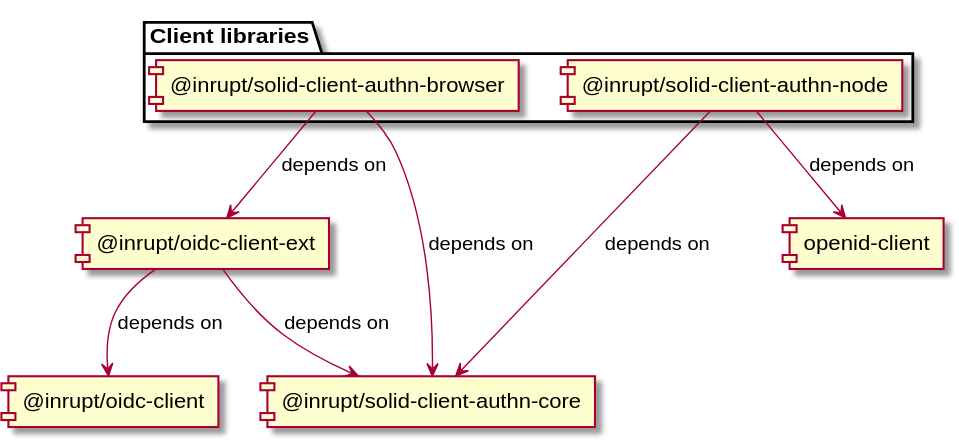
Earlier version of the PlantUML export documentation/diagrams/module_map.svg (inrupt/solid-client-authn-js).
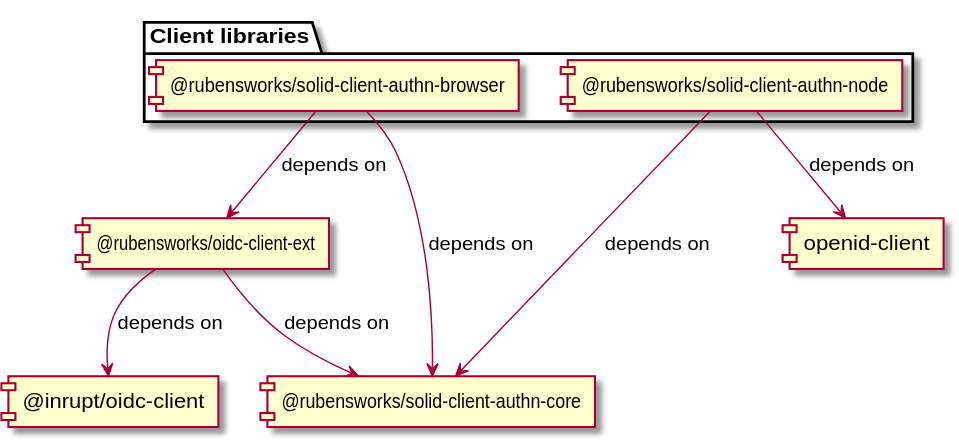
Above is the later version.

Change to the diagram source:
```diff
@@ -2,16 +2,16 @@
 
 
 package "Client libraries" {
-	[@inrupt/solid-client-authn-browser]
-	[@inrupt/solid-client-authn-node]
+	[@rubensworks/solid-client-authn-browser]
+	[@rubensworks/solid-client-authn-node]
 }
 
-[@inrupt/oidc-client-ext] --> [@inrupt/oidc-client]: depends on
-[@inrupt/solid-client-authn-browser] --> [@inrupt/solid-client-authn-core]: depends on
-[@inrupt/solid-client-authn-browser] --> [@inrupt/oidc-client-ext]: depends on
-[@inrupt/solid-client-authn-node] --> [@inrupt/solid-client-authn-core]: depends on
-[@inrupt/solid-client-authn-node] --> [openid-client]: depends on
-[@inrupt/oidc-client-ext] --> [@inrupt/solid-client-authn-core]: depends on
+[@rubensworks/oidc-client-ext] --> [@inrupt/oidc-client]: depends on
+[@rubensworks/solid-client-authn-browser] --> [@rubensworks/solid-client-authn-core]: depends on
+[@rubensworks/solid-client-authn-browser] --> [@rubensworks/oidc-client-ext]: depends on
+[@rubensworks/solid-client-authn-node] --> [@rubensworks/solid-client-authn-core]: depends on
+[@rubensworks/solid-client-authn-node] --> [openid-client]: depends on
+[@rubensworks/oidc-client-ext] --> [@rubensworks/solid-client-authn-core]: depends on
 
 
 @enduml
```
